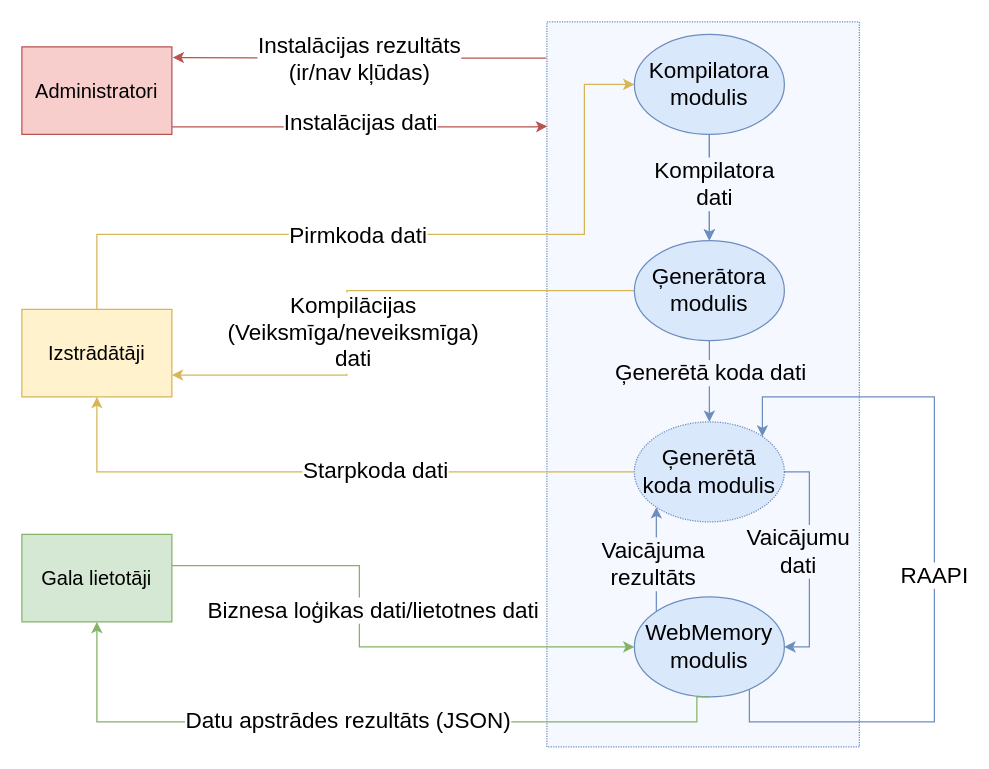
artiks12/webAppOS keeps this draw.io diagram as page "DPD 1. level" (3 of 9) of src/Kvalifikacijas darbs/arhitektura.drawio. Above is the earlier version. Source tidied: cells renumbered, new cells numbered last; positions are measured from the earlier drawing's top-left corner, leaving out a move shared by most shapes. Both pictures are drawn from the tidied source at 125%, with x=0, y=0 at pixel (21, 21).
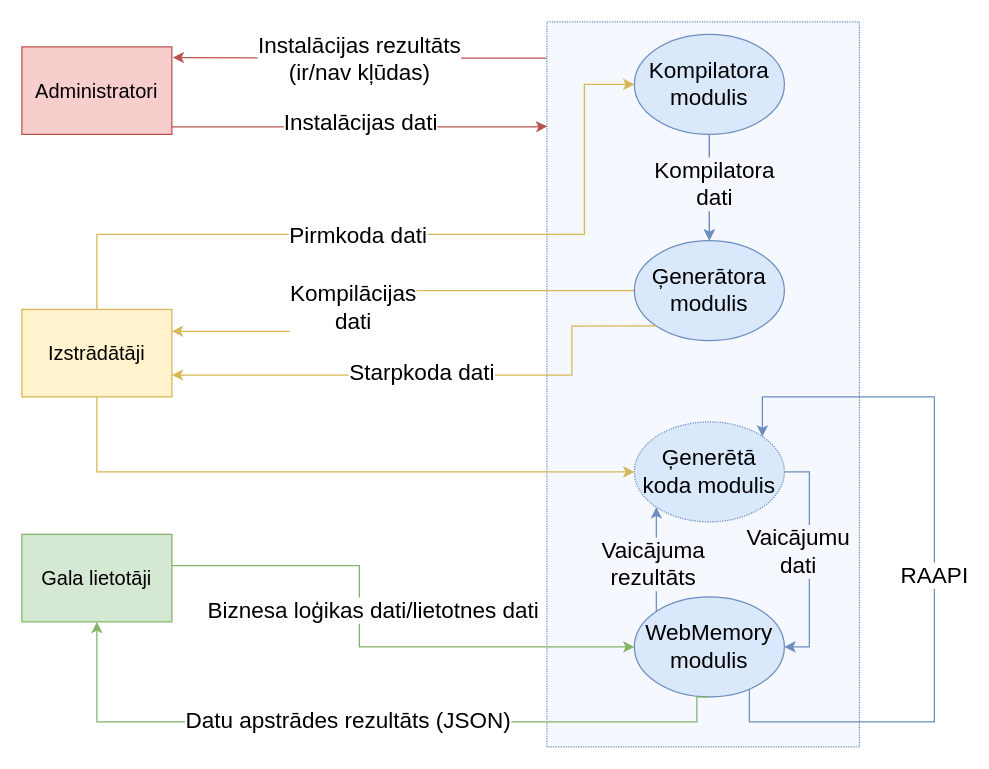
Above is the later version.

Unchanged cells that the change refers to:
```xml
<mxCell id="8" value="&lt;font style=&quot;font-size: 18px&quot;&gt;Ģenerātora modulis&lt;/font&gt;" style="ellipse;whiteSpace=wrap;html=1;fillColor=#dae8fc;strokeColor=#6c8ebf;" parent="1" vertex="1">
  <mxGeometry x="490" y="175" width="120" height="80" as="geometry" />
</mxCell>
<mxCell id="20" value="&lt;font size=&quot;3&quot;&gt;Izstrādātāji&lt;/font&gt;" style="rounded=0;whiteSpace=wrap;html=1;fillColor=#fff2cc;strokeColor=#d6b656;" parent="1" vertex="1">
  <mxGeometry y="230" width="120" height="70" as="geometry" />
</mxCell>
<mxCell id="29" value="&lt;span style=&quot;font-size: 18px&quot;&gt;Ģenerētā koda modulis&lt;/span&gt;" style="ellipse;whiteSpace=wrap;html=1;dashed=1;dashPattern=1 1;fillColor=#dae8fc;strokeColor=#6c8ebf;" parent="1" vertex="1">
  <mxGeometry x="490" y="320" width="120" height="80" as="geometry" />
</mxCell>
```

What changed in the source:
```diff
@@
-    <mxCell id="3" style="edgeStyle=orthogonalEdgeStyle;rounded=0;jettySize=auto;html=1;entryX=0.5;entryY=0;entryDx=0;entryDy=0;exitX=0.5;exitY=1;exitDx=0;exitDy=0;fillColor=#dae8fc;strokeColor=#6c8ebf;" parent="1" edge="1" source="8" target="29">
-      <mxGeometry relative="1" as="geometry">
-        <Array as="points">
-          <mxPoint x="550" y="230" />
-          <mxPoint x="550" y="230" />
-        </Array>
-      </mxGeometry>
-    </mxCell>
-    <mxCell id="4" value="&lt;span style=&quot;font-size: 18px&quot;&gt;Ģenerētā koda dati&lt;/span&gt;" style="edgeLabel;html=1;align=center;verticalAlign=middle;labelBackgroundColor=#F5F8FF;" parent="3" vertex="1">
-      <mxGeometry x="-0.36" relative="1" as="geometry">
-        <mxPoint y="38" as="offset" />
-      </mxGeometry>
-    </mxCell>
@@
-    <mxCell id="7" style="edgeStyle=orthogonalEdgeStyle;rounded=0;jettySize=auto;html=1;entryX=1;entryY=0.75;entryDx=0;entryDy=0;fillColor=#fff2cc;strokeColor=#d6b656;" parent="1" edge="1" source="8" target="20">
+    <mxCell id="7" style="edgeStyle=orthogonalEdgeStyle;rounded=0;jettySize=auto;html=1;entryX=1;entryY=0.25;entryDx=0;entryDy=0;fillColor=#fff2cc;strokeColor=#d6b656;" parent="1" edge="1" source="8" target="20">
       <mxGeometry relative="1" as="geometry">
         <Array as="points">
           <mxPoint x="260" y="215" />
-          <mxPoint x="260" y="283" />
+          <mxPoint x="260" y="248" />
         </Array>
       </mxGeometry>
     </mxCell>
@@
-    <mxCell id="12" style="edgeStyle=orthogonalEdgeStyle;rounded=0;jettySize=auto;html=1;exitX=0;exitY=0.5;exitDx=0;exitDy=0;entryX=0.5;entryY=1;entryDx=0;entryDy=0;fillColor=#fff2cc;strokeColor=#d6b656;" parent="1" edge="1" source="29" target="20">
+    <mxCell id="12" style="edgeStyle=orthogonalEdgeStyle;rounded=0;jettySize=auto;html=1;exitX=0;exitY=1;exitDx=0;exitDy=0;entryX=1;entryY=0.75;entryDx=0;entryDy=0;fillColor=#fff2cc;strokeColor=#d6b656;" parent="1" edge="1" source="8" target="20">
       <mxGeometry relative="1" as="geometry">
         <Array as="points">
-          <mxPoint x="60" y="360" />
+          <mxPoint x="440" y="243" />
+          <mxPoint x="440" y="283" />
         </Array>
       </mxGeometry>
     </mxCell>
     <mxCell id="13" value="&lt;font style=&quot;font-size: 18px&quot;&gt;Starpkoda dati&lt;/font&gt;" style="edgeLabel;html=1;align=center;verticalAlign=middle;" parent="12" vertex="1">
       <mxGeometry x="-0.28" y="4" relative="1" as="geometry">
-        <mxPoint x="-32" y="-6" as="offset" />
+        <mxPoint x="-73" y="-6" as="offset" />
       </mxGeometry>
     </mxCell>
@@
+    <mxCell id="35" style="edgeStyle=orthogonalEdgeStyle;rounded=0;jettySize=auto;html=1;entryX=0;entryY=0.5;entryDx=0;entryDy=0;exitX=0.5;exitY=1;exitDx=0;exitDy=0;fillColor=#fff2cc;strokeColor=#d6b656;" parent="1" edge="1" source="20" target="29">
+      <mxGeometry relative="1" as="geometry" />
+    </mxCell>
@@
-    <mxCell id="33" value="&lt;font style=&quot;font-size: 18px&quot;&gt;Kompilācijas &lt;br&gt;(Veiksmīga/neveiksmīga)&lt;br&gt;dati&lt;/font&gt;" style="edgeLabel;html=1;align=center;verticalAlign=middle;" parent="1" vertex="1">
-      <mxGeometry x="250" y="260" as="geometry">
+    <mxCell id="33" value="&lt;font style=&quot;font-size: 18px&quot;&gt;Kompilācijas&lt;br&gt;dati&lt;/font&gt;" style="edgeLabel;html=1;align=center;verticalAlign=middle;" parent="1" vertex="1">
+      <mxGeometry x="250" y="240" as="geometry">
         <mxPoint x="14" y="-12" as="offset" />
       </mxGeometry>
     </mxCell>
```
